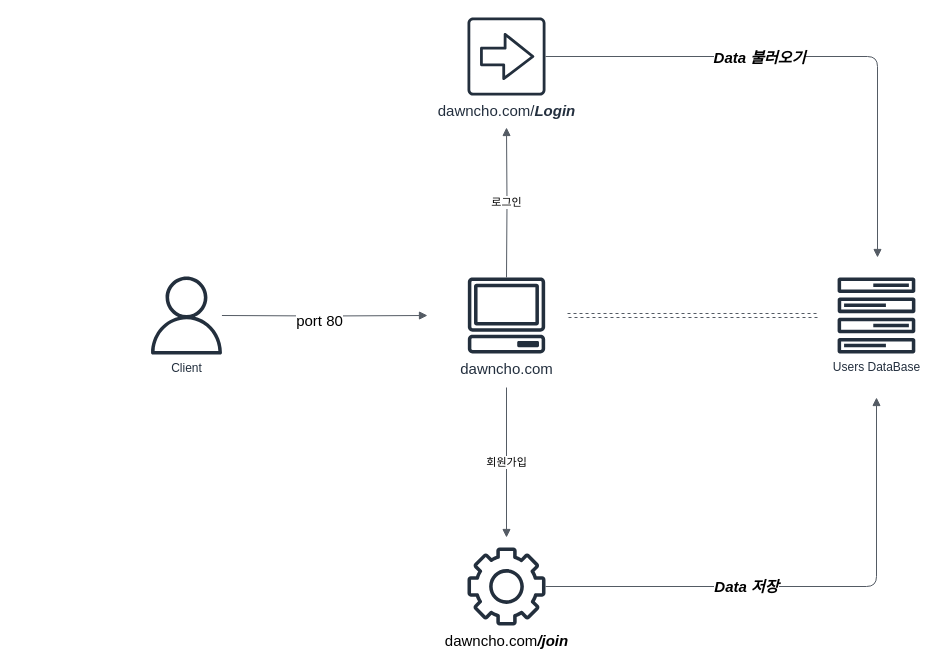
Above: sample.drawio in seongdong2/Nginx-Django (draw.io), before the change. Source tidied: cells renumbered, new cells numbered last; positions are measured from the earlier drawing's top-left corner, leaving out a move shared by most shapes. Both pictures are drawn from the tidied source at 100%, with x=0, y=0 at pixel (147, 17).
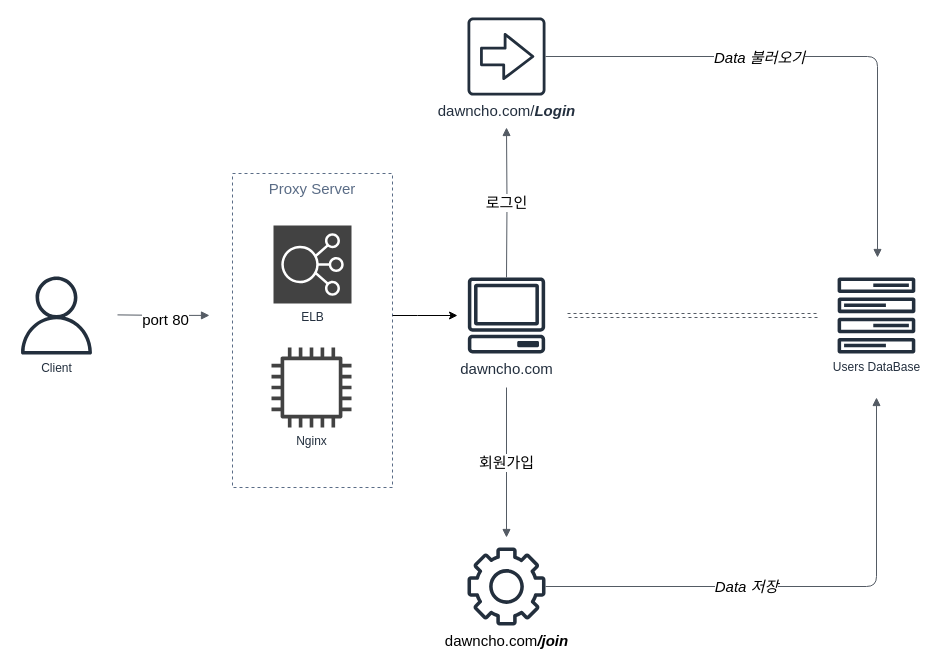
After the change.

Unchanged cells that the change refers to:
```xml
<mxCell id="2" value="&lt;font style=&quot;font-size: 15px&quot;&gt;dawncho.com&lt;/font&gt;" style="sketch=0;outlineConnect=0;fontColor=#232F3E;gradientColor=none;fillColor=#232F3D;strokeColor=none;dashed=0;verticalLabelPosition=bottom;verticalAlign=top;align=center;html=1;fontSize=12;fontStyle=0;shape=mxgraph.aws4.client;" parent="1" vertex="1">
  <mxGeometry x="320" y="260" width="78" height="76" as="geometry" />
</mxCell>
<mxCell id="10" style="edgeStyle=orthogonalEdgeStyle;html=1;endArrow=none;elbow=vertical;startArrow=block;startFill=1;strokeColor=#545B64;rounded=1;" parent="1" edge="1" target="5">
  <mxGeometry relative="1" as="geometry">
    <mxPoint x="730" y="240" as="sourcePoint" />
    <Array as="points">
      <mxPoint x="730" y="39" />
    </Array>
  </mxGeometry>
</mxCell>
<mxCell id="14" style="edgeStyle=orthogonalEdgeStyle;html=1;endArrow=none;elbow=vertical;startArrow=block;startFill=1;strokeColor=#545B64;rounded=1;" parent="1" edge="1" target="4">
  <mxGeometry x="0.23" relative="1" as="geometry">
    <mxPoint x="729" y="380" as="sourcePoint" />
    <Array as="points">
      <mxPoint x="729" y="569" />
    </Array>
  </mxGeometry>
</mxCell>
```

What changed in the source:
```diff
@@
+    <mxCell id="16" value="Proxy Server" style="fillColor=none;strokeColor=#5A6C86;dashed=1;verticalAlign=top;fontStyle=0;fontColor=#5A6C86;fontSize=15;" parent="1" vertex="1">
+      <mxGeometry x="85" y="156" width="160" height="314" as="geometry" />
+    </mxCell>
@@
     <mxCell id="6" value="Client" style="sketch=0;outlineConnect=0;fontColor=#232F3E;gradientColor=none;fillColor=#232F3D;strokeColor=none;dashed=0;verticalLabelPosition=bottom;verticalAlign=top;align=center;html=1;fontSize=12;fontStyle=0;shape=mxgraph.aws4.user;" parent="1" vertex="1">
-      <mxGeometry y="259" width="78" height="78" as="geometry" />
+      <mxGeometry x="-130" y="259" width="78" height="78" as="geometry" />
     </mxCell>
-    <mxCell id="7" style="edgeStyle=orthogonalEdgeStyle;html=1;endArrow=none;elbow=vertical;startArrow=block;startFill=1;strokeColor=#545B64;rounded=0;" parent="1" edge="1" target="6">
+    <mxCell id="7" style="edgeStyle=orthogonalEdgeStyle;html=1;endArrow=none;elbow=vertical;startArrow=block;startFill=1;strokeColor=#545B64;rounded=0;" parent="1" edge="1">
       <mxGeometry relative="1" as="geometry">
-        <mxPoint x="280" y="298" as="sourcePoint" />
+        <mxPoint x="62" y="297.9" as="sourcePoint" />
+        <mxPoint x="-30" y="297.4" as="targetPoint" />
+        <Array as="points">
+          <mxPoint x="16" y="297.9" />
+        </Array>
       </mxGeometry>
     </mxCell>
@@
-    <mxCell id="9" value="로그인" style="edgeStyle=orthogonalEdgeStyle;html=1;endArrow=none;elbow=vertical;startArrow=block;startFill=1;strokeColor=#545B64;rounded=0;" parent="1" edge="1" target="2">
+    <mxCell id="9" value="&lt;font style=&quot;font-size: 15px&quot;&gt;로그인&lt;/font&gt;" style="edgeStyle=orthogonalEdgeStyle;html=1;endArrow=none;elbow=vertical;startArrow=block;startFill=1;strokeColor=#545B64;rounded=0;" parent="1" edge="1" target="2">
       <mxGeometry relative="1" as="geometry">
         <mxPoint x="359" y="110" as="sourcePoint" />
       </mxGeometry>
     </mxCell>
@@
-    <mxCell id="11" value="Data 불러오기" style="edgeLabel;html=1;align=center;verticalAlign=middle;fontSize=15;fontStyle=3;horizontal=1;" parent="10" vertex="1">
+    <mxCell id="11" value="Data 불러오기" style="edgeLabel;html=1;align=center;verticalAlign=middle;fontSize=15;fontStyle=2;horizontal=1;" parent="10" vertex="1">
       <mxGeometry x="0.2" relative="1" as="geometry" />
     </mxCell>
@@
-    <mxCell id="13" value="회원가입" style="edgeStyle=orthogonalEdgeStyle;html=1;endArrow=none;elbow=vertical;startArrow=block;startFill=1;strokeColor=#545B64;rounded=0;" parent="1" edge="1">
+    <mxCell id="13" value="&lt;font style=&quot;font-size: 15px&quot;&gt;회원가입&lt;/font&gt;" style="edgeStyle=orthogonalEdgeStyle;html=1;endArrow=none;elbow=vertical;startArrow=block;startFill=1;strokeColor=#545B64;rounded=0;" parent="1" edge="1">
       <mxGeometry relative="1" as="geometry">
         <mxPoint x="359" y="520" as="sourcePoint" />
         <mxPoint x="359" y="370" as="targetPoint" />
       </mxGeometry>
     </mxCell>
@@
-    <mxCell id="15" value="Data 저장" style="edgeLabel;html=1;align=center;verticalAlign=middle;fontSize=15;fontStyle=3;" parent="14" vertex="1">
+    <mxCell id="15" value="&lt;span style=&quot;font-weight: normal&quot;&gt;Data 저장&lt;/span&gt;" style="edgeLabel;html=1;align=center;verticalAlign=middle;fontSize=15;fontStyle=3;" parent="14" vertex="1">
       <mxGeometry x="0.23" y="-1" relative="1" as="geometry" />
     </mxCell>
+    <mxCell id="17" value="Nginx" style="sketch=0;fontColor=#232F3E;gradientColor=none;fillColor=#424242;strokeColor=none;dashed=0;verticalLabelPosition=bottom;verticalAlign=top;align=center;html=1;fontSize=12;fontStyle=0;shape=mxgraph.aws4.instance2;" parent="1" vertex="1">
+      <mxGeometry x="124" y="330" width="80" height="80" as="geometry" />
+    </mxCell>
+    <mxCell id="18" value="ELB" style="sketch=0;fontColor=#232F3E;gradientColor=none;gradientDirection=north;fillColor=#424242;strokeColor=#ffffff;dashed=0;verticalLabelPosition=bottom;verticalAlign=top;align=center;html=1;fontSize=12;fontStyle=0;shape=mxgraph.aws4.resourceIcon;resIcon=mxgraph.aws4.elastic_load_balancing;" parent="1" vertex="1">
+      <mxGeometry x="126" y="208" width="78" height="78" as="geometry" />
+    </mxCell>
+    <mxCell id="19" style="edgeStyle=orthogonalEdgeStyle;rounded=0;jettySize=auto;html=1;fontSize=15;" parent="1" edge="1" source="16">
+      <mxGeometry relative="1" as="geometry">
+        <mxPoint x="310" y="298" as="targetPoint" />
+        <Array as="points">
+          <mxPoint x="270" y="298" />
+          <mxPoint x="270" y="298" />
+        </Array>
+      </mxGeometry>
+    </mxCell>
```
